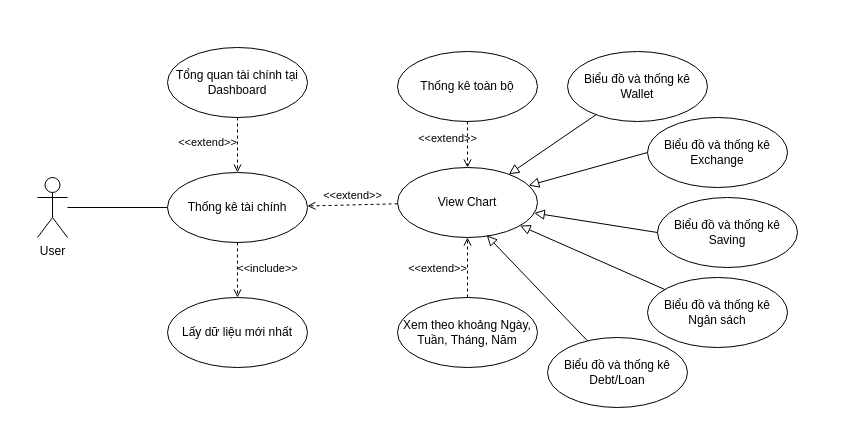
This is design UML/DetailedStatistics.drawio from vulm-neo01/financial-management, a draw.io file, before an edit. Source tidied: cells renumbered, new cells numbered last; positions are measured from the earlier drawing's top-left corner, leaving out a move shared by most shapes. Both pictures are drawn from the tidied source at 100%, with x=0, y=0 at pixel (37, 47).
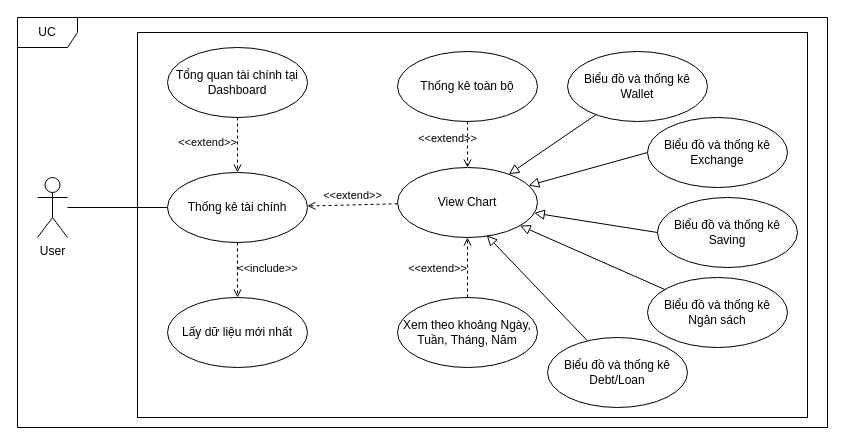
The same page after the edit.

What changed in the source:
```diff
@@
+    <mxCell id="30" style="rounded=0;whiteSpace=wrap;html=1;" parent="1" vertex="1">
+      <mxGeometry x="100" y="-15" width="670" height="385" as="geometry" />
+    </mxCell>
@@
+    <mxCell id="31" value="UC" style="shape=umlFrame;whiteSpace=wrap;html=1;" parent="1" vertex="1">
+      <mxGeometry x="-20" y="-30" width="810" height="410" as="geometry" />
+    </mxCell>
```
